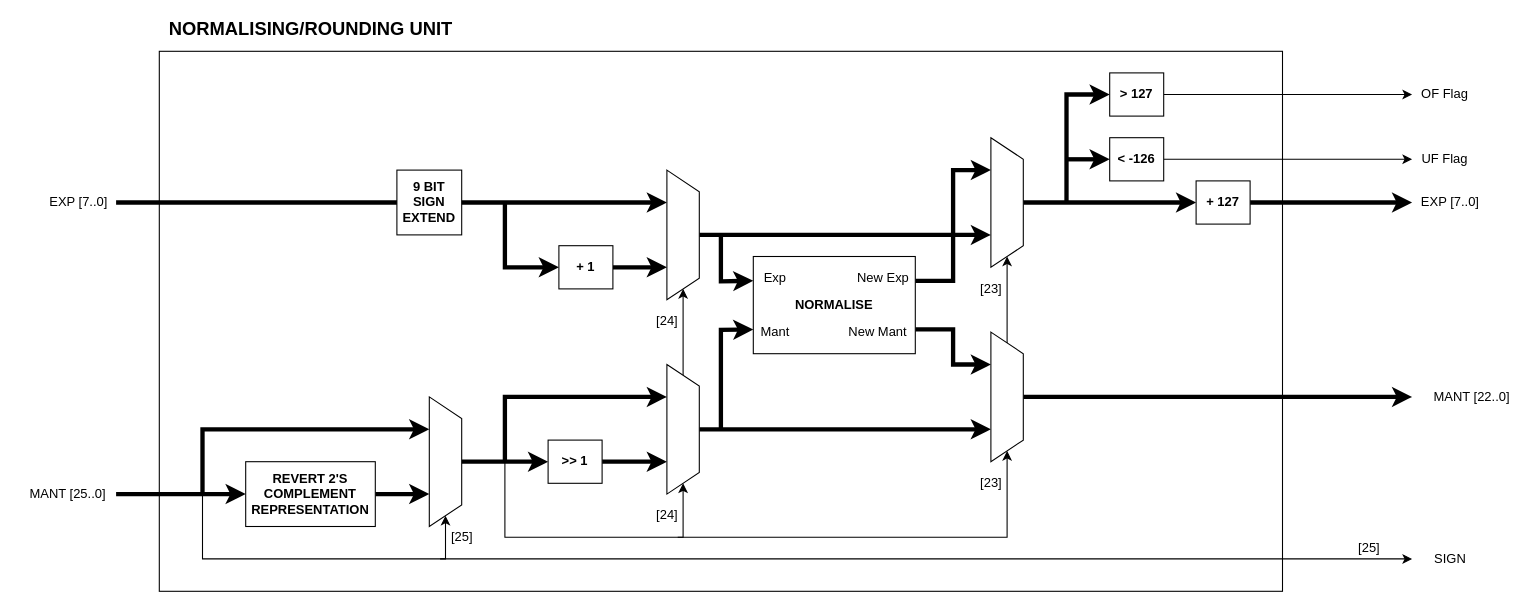
Before: page "Normalising/Rounding Unit" (5 of 15) of Diagrams/Floating-point.drawio in hohaicongthuan/Project-2, a draw.io diagram. Source tidied: cells renumbered, new cells numbered last; positions are measured from the earlier drawing's top-left corner, leaving out a move shared by most shapes. Both pictures are drawn from the tidied source at 108%, with x=0, y=0 at pixel (18, 18).
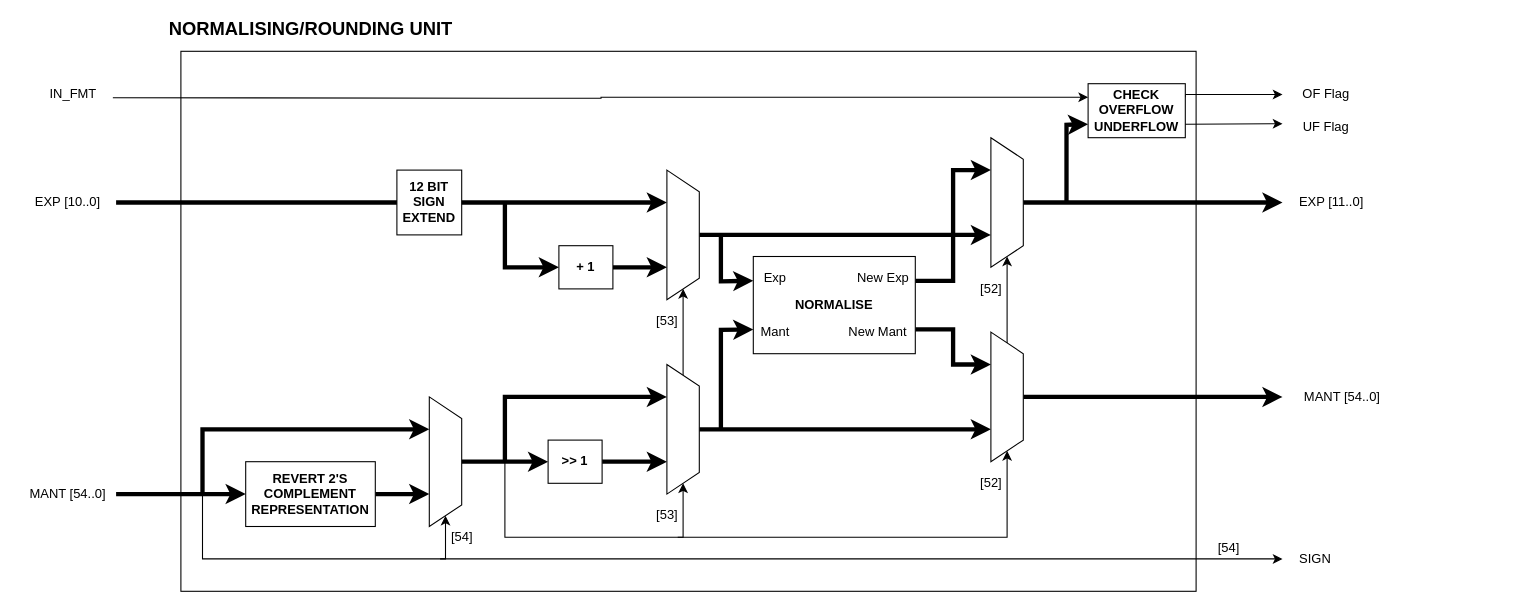
The same page after the edit.

The change refers to these unchanged cells:
```xml
<mxCell id="43" style="shape=trapezoid;perimeter=trapezoidPerimeter;whiteSpace=wrap;html=1;fixedSize=1;strokeColor=default;fillColor=default;direction=south;" parent="1" vertex="1">
  <mxGeometry x="900" y="290" width="30" height="120" as="geometry" />
</mxCell>
<mxCell id="47" style="shape=trapezoid;perimeter=trapezoidPerimeter;whiteSpace=wrap;html=1;fixedSize=1;strokeColor=default;fillColor=default;direction=south;" parent="1" vertex="1">
  <mxGeometry x="900" y="110" width="30" height="120" as="geometry" />
</mxCell>
```

What changed in the source:
```diff
@@
     <mxCell id="2" style="rounded=0;whiteSpace=wrap;html=1;strokeColor=default;fillColor=none;" parent="1" vertex="1">
-      <mxGeometry x="130" y="30" width="1040" height="500" as="geometry" />
+      <mxGeometry x="150" y="30" width="940" height="500" as="geometry" />
     </mxCell>
@@
-    <mxCell id="4" value="EXP [7..0]" style="text;html=1;align=center;verticalAlign=middle;strokeColor=none;fillColor=none;" parent="1" vertex="1">
-      <mxGeometry x="20" y="160" width="70" height="20" as="geometry" />
+    <mxCell id="4" value="EXP [10..0]" style="text;html=1;align=center;verticalAlign=middle;strokeColor=none;fillColor=none;" parent="1" vertex="1">
+      <mxGeometry x="5" y="160" width="80" height="20" as="geometry" />
     </mxCell>
@@
-    <mxCell id="6" value="MANT [25..0]" style="text;html=1;align=center;verticalAlign=middle;strokeColor=none;fillColor=none;" parent="1" vertex="1">
+    <mxCell id="6" value="MANT [54..0]" style="text;html=1;align=center;verticalAlign=middle;strokeColor=none;fillColor=none;" parent="1" vertex="1">
       <mxGeometry y="430" width="90" height="20" as="geometry" />
     </mxCell>
@@
-    <mxCell id="13" value="[25]" style="text;html=1;align=center;verticalAlign=middle;strokeColor=none;fillColor=none;" parent="1" vertex="1">
+    <mxCell id="13" value="[54]" style="text;html=1;align=center;verticalAlign=middle;strokeColor=none;fillColor=none;" parent="1" vertex="1">
       <mxGeometry x="390" y="470" width="40" height="20" as="geometry" />
     </mxCell>
@@
-    <mxCell id="20" value="[24]" style="text;html=1;align=center;verticalAlign=middle;strokeColor=none;fillColor=none;" parent="1" vertex="1">
+    <mxCell id="20" value="[53]" style="text;html=1;align=center;verticalAlign=middle;strokeColor=none;fillColor=none;" parent="1" vertex="1">
       <mxGeometry x="580" y="450" width="40" height="20" as="geometry" />
     </mxCell>
-    <mxCell id="21" style="edgeStyle=orthogonalEdgeStyle;rounded=0;jettySize=auto;html=1;exitX=0.5;exitY=0;exitDx=0;exitDy=0;strokeWidth=4;entryX=0;entryY=0.5;entryDx=0;entryDy=0;" parent="1" edge="1" source="47" target="32">
-      <mxGeometry relative="1" as="geometry" />
+    <mxCell id="21" style="edgeStyle=orthogonalEdgeStyle;rounded=0;jettySize=auto;html=1;exitX=0.5;exitY=0;exitDx=0;exitDy=0;strokeWidth=4;" parent="1" edge="1" source="47">
+      <mxGeometry relative="1" as="geometry">
+        <mxPoint x="1170" y="170" as="targetPoint" />
+      </mxGeometry>
     </mxCell>
@@
-    <mxCell id="27" style="edgeStyle=orthogonalEdgeStyle;rounded=0;jettySize=auto;html=1;exitX=1;exitY=0.5;exitDx=0;exitDy=0;strokeWidth=1;" parent="1" edge="1" source="28">
+    <mxCell id="27" style="edgeStyle=orthogonalEdgeStyle;rounded=0;jettySize=auto;html=1;exitX=1;exitY=0.25;exitDx=0;exitDy=0;strokeWidth=1;" parent="1" edge="1" source="28">
       <mxGeometry relative="1" as="geometry">
-        <mxPoint x="1290" y="70" as="targetPoint" />
+        <mxPoint x="1170" y="70" as="targetPoint" />
+        <Array as="points">
+          <mxPoint x="1080" y="70" />
+        </Array>
       </mxGeometry>
     </mxCell>
+    <mxCell id="62" style="edgeStyle=orthogonalEdgeStyle;rounded=0;jettySize=auto;html=1;exitX=0;exitY=0.25;exitDx=0;exitDy=0;fontSize=12;endArrow=classic;endFill=1;strokeWidth=1;entryX=0;entryY=0.25;entryDx=0;entryDy=0;" parent="1" edge="1" target="28">
+      <mxGeometry relative="1" as="geometry">
+        <mxPoint x="87" y="73" as="sourcePoint" />
+      </mxGeometry>
+    </mxCell>
-    <mxCell id="28" value="&lt;b&gt;&amp;gt; 127&lt;/b&gt;" style="rounded=0;whiteSpace=wrap;html=1;strokeColor=default;fillColor=default;" parent="1" vertex="1">
-      <mxGeometry x="1010" y="50" width="50" height="40" as="geometry" />
+    <mxCell id="28" value="&lt;b&gt;CHECK OVERFLOW&lt;br&gt;UNDERFLOW&lt;/b&gt;" style="rounded=0;whiteSpace=wrap;html=1;strokeColor=default;fillColor=default;" parent="1" vertex="1">
+      <mxGeometry x="990" y="60" width="90" height="50" as="geometry" />
     </mxCell>
-    <mxCell id="29" style="edgeStyle=orthogonalEdgeStyle;rounded=0;jettySize=auto;html=1;exitX=1;exitY=0.5;exitDx=0;exitDy=0;strokeWidth=1;" parent="1" edge="1" source="30">
+    <mxCell id="29" style="edgeStyle=orthogonalEdgeStyle;rounded=0;jettySize=auto;html=1;exitX=1;exitY=0.75;exitDx=0;exitDy=0;strokeWidth=1;" parent="1" edge="1" source="28">
       <mxGeometry relative="1" as="geometry">
-        <mxPoint x="1290" y="130" as="targetPoint" />
+        <mxPoint x="1170" y="97" as="targetPoint" />
       </mxGeometry>
     </mxCell>
-    <mxCell id="30" value="&lt;b&gt;&amp;lt; -126&lt;/b&gt;" style="rounded=0;whiteSpace=wrap;html=1;strokeColor=default;fillColor=default;" parent="1" vertex="1">
-      <mxGeometry x="1010" y="110" width="50" height="40" as="geometry" />
-    </mxCell>
-    <mxCell id="31" style="edgeStyle=orthogonalEdgeStyle;rounded=0;jettySize=auto;html=1;exitX=1;exitY=0.5;exitDx=0;exitDy=0;strokeWidth=4;" parent="1" edge="1" source="32">
-      <mxGeometry relative="1" as="geometry">
-        <mxPoint x="1290" y="170" as="targetPoint" />
-      </mxGeometry>
-    </mxCell>
-    <mxCell id="32" value="&lt;b&gt;+ 127&lt;/b&gt;" style="rounded=0;whiteSpace=wrap;html=1;strokeColor=default;fillColor=default;" parent="1" vertex="1">
-      <mxGeometry x="1090" y="150" width="50" height="40" as="geometry" />
-    </mxCell>
-    <mxCell id="33" style="endArrow=classic;html=1;strokeWidth=4;entryX=0;entryY=0.5;entryDx=0;entryDy=0;arcSize=0;" parent="1" edge="1" target="28">
+    <mxCell id="33" style="endArrow=classic;html=1;strokeWidth=4;entryX=0;entryY=0.75;entryDx=0;entryDy=0;arcSize=0;" parent="1" edge="1" target="28">
       <mxGeometry relative="1" as="geometry">
         <mxPoint x="970" y="170" as="sourcePoint" />
         <Array as="points">
-          <mxPoint x="970" y="70" />
+          <mxPoint x="970" y="98" />
         </Array>
       </mxGeometry>
     </mxCell>
-    <mxCell id="34" style="endArrow=classic;html=1;strokeWidth=4;entryX=0;entryY=0.5;entryDx=0;entryDy=0;" parent="1" edge="1" target="30">
-      <mxGeometry relative="1" as="geometry">
-        <mxPoint x="970" y="130" as="sourcePoint" />
-      </mxGeometry>
-    </mxCell>
     <mxCell id="35" value="OF Flag" style="text;html=1;align=center;verticalAlign=middle;strokeColor=none;fillColor=none;" parent="1" vertex="1">
-      <mxGeometry x="1290" y="60" width="60" height="20" as="geometry" />
+      <mxGeometry x="1180" y="60" width="60" height="20" as="geometry" />
     </mxCell>
     <mxCell id="36" value="UF Flag" style="text;html=1;align=center;verticalAlign=middle;strokeColor=none;fillColor=none;" parent="1" vertex="1">
-      <mxGeometry x="1290" y="120" width="60" height="20" as="geometry" />
+      <mxGeometry x="1180" y="90" width="60" height="20" as="geometry" />
     </mxCell>
-    <mxCell id="37" value="EXP [7..0]" style="text;html=1;align=center;verticalAlign=middle;strokeColor=none;fillColor=none;" parent="1" vertex="1">
-      <mxGeometry x="1290" y="160" width="70" height="20" as="geometry" />
+    <mxCell id="37" value="EXP [11..0]" style="text;html=1;align=center;verticalAlign=middle;strokeColor=none;fillColor=none;" parent="1" vertex="1">
+      <mxGeometry x="1175" y="160" width="80" height="20" as="geometry" />
     </mxCell>
-    <mxCell id="38" value="MANT [22..0]" style="text;html=1;align=center;verticalAlign=middle;strokeColor=none;fillColor=none;" parent="1" vertex="1">
-      <mxGeometry x="1300" y="340" width="90" height="20" as="geometry" />
+    <mxCell id="38" value="MANT [54..0]" style="text;html=1;align=center;verticalAlign=middle;strokeColor=none;fillColor=none;" parent="1" vertex="1">
+      <mxGeometry x="1180" y="340" width="90" height="20" as="geometry" />
     </mxCell>
     <mxCell id="39" style="endArrow=classic;html=1;strokeWidth=1;" parent="1" edge="1">
       <mxGeometry relative="1" as="geometry">
         <mxPoint x="390" y="500" as="sourcePoint" />
-        <mxPoint x="1290" y="500" as="targetPoint" />
+        <mxPoint x="1170" y="500" as="targetPoint" />
       </mxGeometry>
     </mxCell>
     <mxCell id="40" value="SIGN" style="text;html=1;align=center;verticalAlign=middle;strokeColor=none;fillColor=none;" parent="1" vertex="1">
-      <mxGeometry x="1305" y="490" width="40" height="20" as="geometry" />
+      <mxGeometry x="1180" y="490" width="40" height="20" as="geometry" />
     </mxCell>
     <mxCell id="41" style="edgeStyle=orthogonalEdgeStyle;rounded=0;jettySize=auto;html=1;exitX=0.5;exitY=0;exitDx=0;exitDy=0;strokeWidth=4;" parent="1" edge="1" source="43">
       <mxGeometry relative="1" as="geometry">
-        <mxPoint x="1290" y="350" as="targetPoint" />
+        <mxPoint x="1170" y="350" as="targetPoint" />
       </mxGeometry>
     </mxCell>
@@
-    <mxCell id="45" value="[23]" style="text;html=1;align=center;verticalAlign=middle;strokeColor=none;fillColor=none;" parent="1" vertex="1">
+    <mxCell id="45" value="[52]" style="text;html=1;align=center;verticalAlign=middle;strokeColor=none;fillColor=none;" parent="1" vertex="1">
       <mxGeometry x="880" y="420" width="40" height="20" as="geometry" />
     </mxCell>
-    <mxCell id="46" value="[25]" style="text;html=1;align=center;verticalAlign=middle;strokeColor=none;fillColor=none;" parent="1" vertex="1">
-      <mxGeometry x="1230" y="480" width="40" height="20" as="geometry" />
+    <mxCell id="46" value="[54]" style="text;html=1;align=center;verticalAlign=middle;strokeColor=none;fillColor=none;" parent="1" vertex="1">
+      <mxGeometry x="1100" y="480" width="40" height="20" as="geometry" />
     </mxCell>
@@
-    <mxCell id="58" value="&lt;b&gt;9 BIT&lt;br&gt;SIGN EXTEND&lt;/b&gt;" style="rounded=0;whiteSpace=wrap;html=1;strokeColor=default;fillColor=default;" parent="1" vertex="1">
+    <mxCell id="58" value="&lt;b&gt;12 BIT&lt;br&gt;SIGN EXTEND&lt;/b&gt;" style="rounded=0;whiteSpace=wrap;html=1;strokeColor=default;fillColor=default;" parent="1" vertex="1">
       <mxGeometry x="350" y="140" width="60" height="60" as="geometry" />
     </mxCell>
-    <mxCell id="59" value="[24]" style="text;html=1;align=center;verticalAlign=middle;strokeColor=none;fillColor=none;" parent="1" vertex="1">
+    <mxCell id="59" value="[53]" style="text;html=1;align=center;verticalAlign=middle;strokeColor=none;fillColor=none;" parent="1" vertex="1">
       <mxGeometry x="580" y="270" width="40" height="20" as="geometry" />
     </mxCell>
-    <mxCell id="60" value="[23]" style="text;html=1;align=center;verticalAlign=middle;strokeColor=none;fillColor=none;" parent="1" vertex="1">
+    <mxCell id="60" value="[52]" style="text;html=1;align=center;verticalAlign=middle;strokeColor=none;fillColor=none;" parent="1" vertex="1">
       <mxGeometry x="880" y="240" width="40" height="20" as="geometry" />
     </mxCell>
@@
+    <mxCell id="63" value="IN_FMT" style="text;html=1;align=center;verticalAlign=middle;strokeColor=none;fillColor=none;fontSize=12;" parent="1" vertex="1">
+      <mxGeometry x="20" y="60" width="60" height="20" as="geometry" />
+    </mxCell>
```
